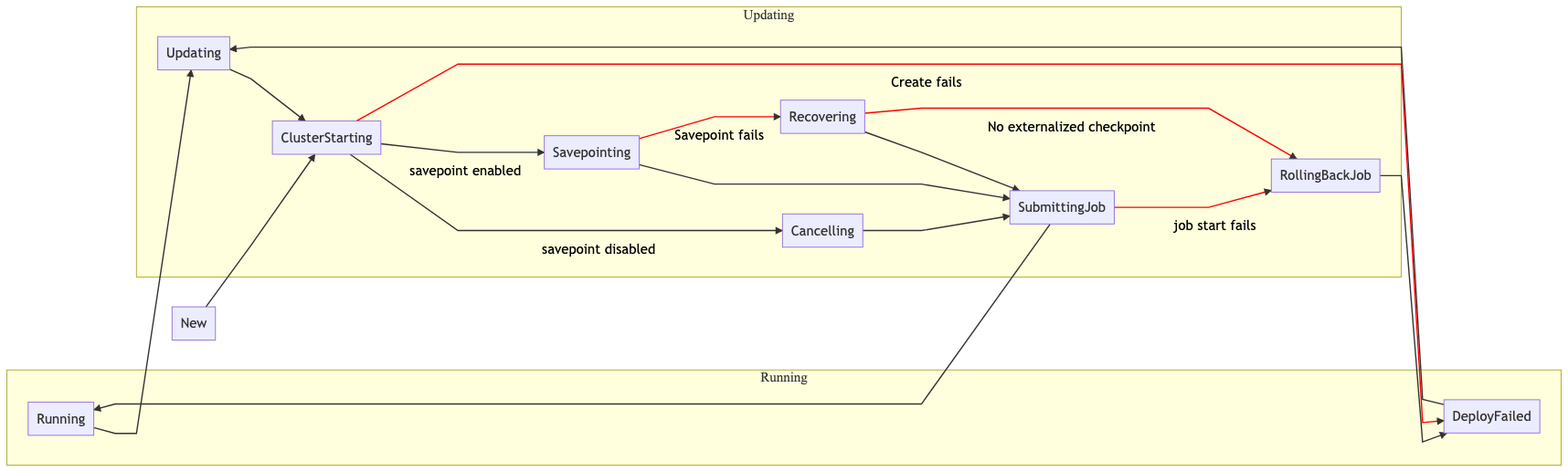
Earlier version of the Mermaid export docs/state_machine.png (lyft/flinkk8soperator). Its source is kept beside it as docs/state_machine.mmd.
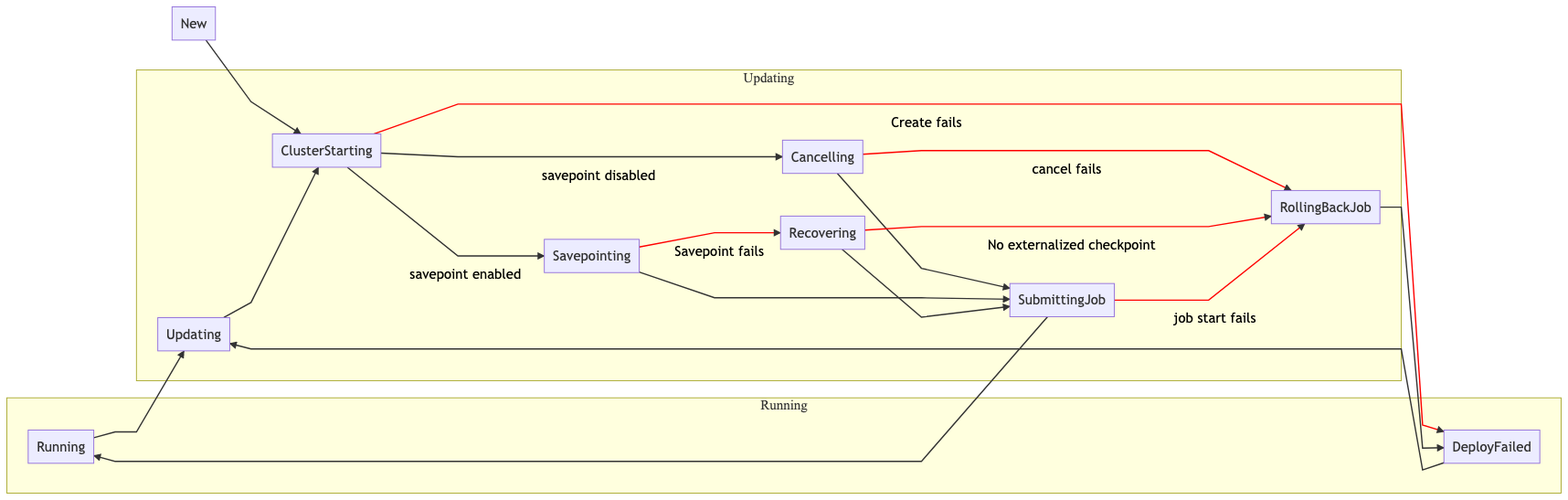
After the commit.

What changed in the source:
```diff
@@ -17,6 +17,7 @@
 ClusterStarting -- Create fails --> DeployFailed
 
 Cancelling   --> SubmittingJob
+Cancelling   -- cancel fails --> RollingBackJob
 Savepointing --> SubmittingJob
 Savepointing -- Savepoint fails --> Recovering
 
@@ -31,6 +32,7 @@
 linkStyle 4 stroke:#303030
 linkStyle 5 stroke:#303030
 linkStyle 6 stroke:#FF0000
-linkStyle 9 stroke:#FF0000
-linkStyle 11 stroke:#FF0000
-linkStyle 13 stroke:#FF0000
+linkStyle 8 stroke:#FF0000
+linkStyle 10 stroke:#FF0000
+linkStyle 12 stroke:#FF0000
+linkStyle 14 stroke:#FF0000
```
